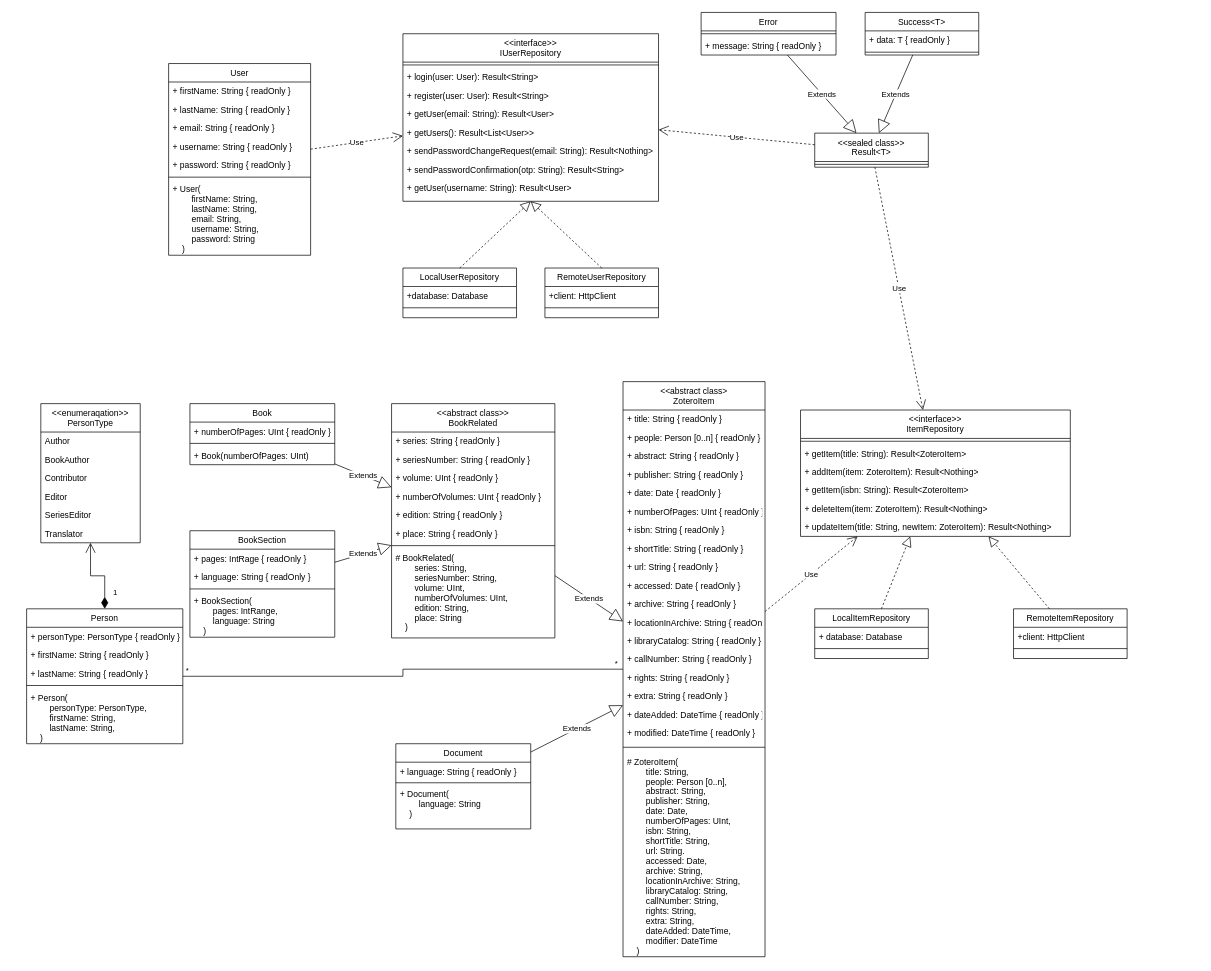
Above: ClassDiagram.drawio in SoftwareDesignKNU/SoftwareDesign (draw.io), before the change. Source tidied: cells renumbered, new cells numbered last; positions are measured from the earlier drawing's top-left corner, leaving out a move shared by most shapes. Both pictures are drawn from the tidied source at 71%, with x=0, y=0 at pixel (26, 12).
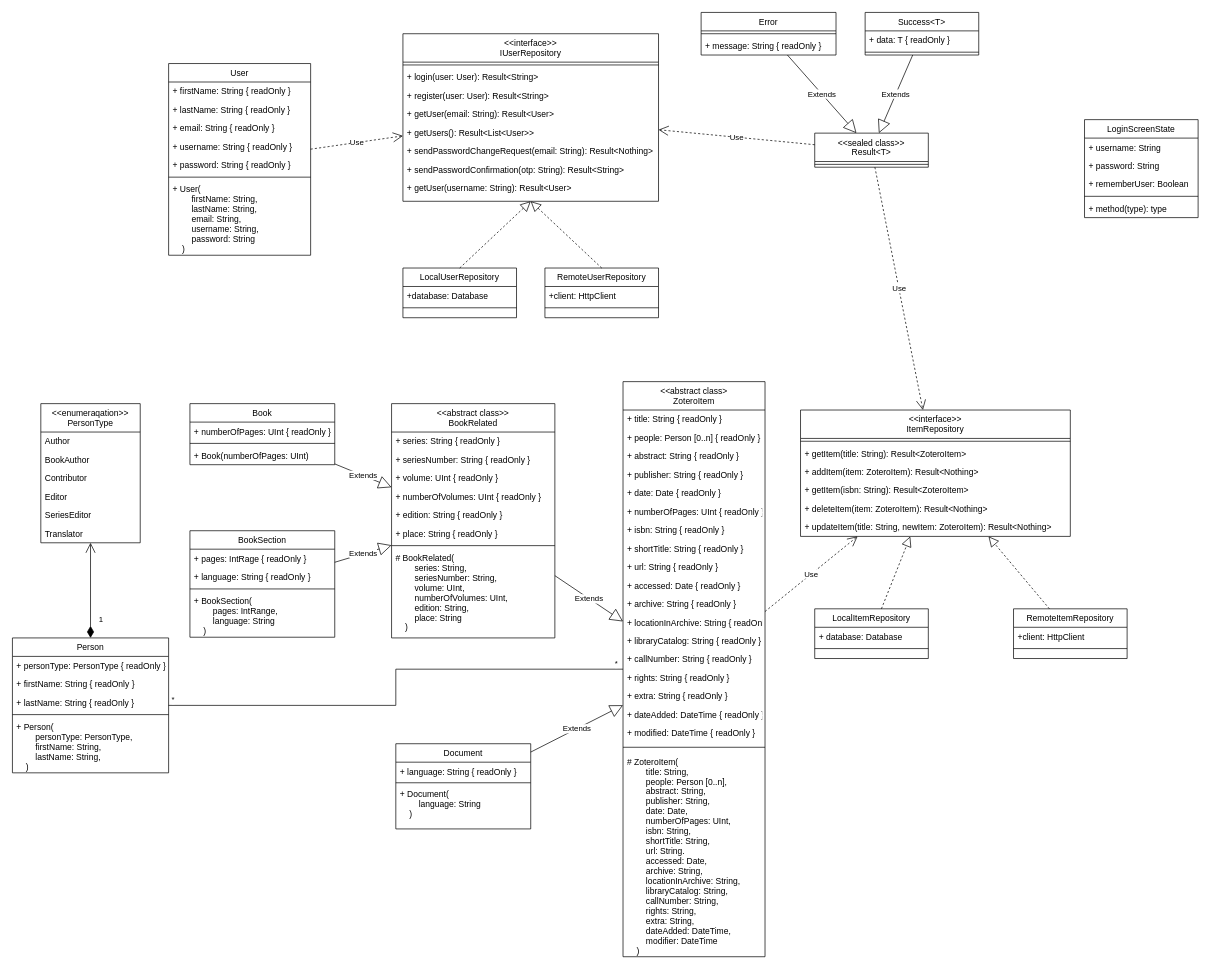
Above is the later version.

Change to the diagram source:
```diff
@@
     <mxCell id="60" value="Person" style="swimlane;fontStyle=0;align=center;verticalAlign=top;horizontal=1;startSize=26;" parent="1" vertex="1">
-      <mxGeometry y="840" width="220" height="190" as="geometry" />
+      <mxGeometry x="-20" y="881" width="220" height="190" as="geometry" />
     </mxCell>
@@
+    <mxCell id="120" value="LoginScreenState" style="swimlane;fontStyle=0;align=center;verticalAlign=top;horizontal=1;startSize=26;fontColor=default;" parent="1" vertex="1">
+      <mxGeometry x="1490" y="151" width="160" height="138" as="geometry" />
+    </mxCell>
+    <mxCell id="121" value="+ username: String" style="text;strokeColor=none;fillColor=none;align=left;verticalAlign=top;spacingLeft=4;spacingRight=4;overflow=hidden;fontColor=default;" parent="120" vertex="1">
+      <mxGeometry y="26" width="160" height="26" as="geometry" />
+    </mxCell>
+    <mxCell id="122" value="+ password: String" style="text;strokeColor=none;fillColor=none;align=left;verticalAlign=top;spacingLeft=4;spacingRight=4;overflow=hidden;fontColor=default;" parent="120" vertex="1">
+      <mxGeometry y="52" width="160" height="26" as="geometry" />
+    </mxCell>
+    <mxCell id="123" value="+ rememberUser: Boolean" style="text;strokeColor=none;fillColor=none;align=left;verticalAlign=top;spacingLeft=4;spacingRight=4;overflow=hidden;fontColor=default;" parent="120" vertex="1">
+      <mxGeometry y="78" width="160" height="26" as="geometry" />
+    </mxCell>
+    <mxCell id="124" style="line;strokeWidth=1;fillColor=none;align=left;verticalAlign=middle;spacingTop=-1;spacingLeft=3;spacingRight=3;labelPosition=right;strokeColor=inherit;fontColor=default;" parent="120" vertex="1">
+      <mxGeometry y="104" width="160" height="8" as="geometry" />
+    </mxCell>
+    <mxCell id="125" value="+ method(type): type" style="text;strokeColor=none;fillColor=none;align=left;verticalAlign=top;spacingLeft=4;spacingRight=4;overflow=hidden;fontColor=default;" parent="120" vertex="1">
+      <mxGeometry y="112" width="160" height="26" as="geometry" />
+    </mxCell>
```
